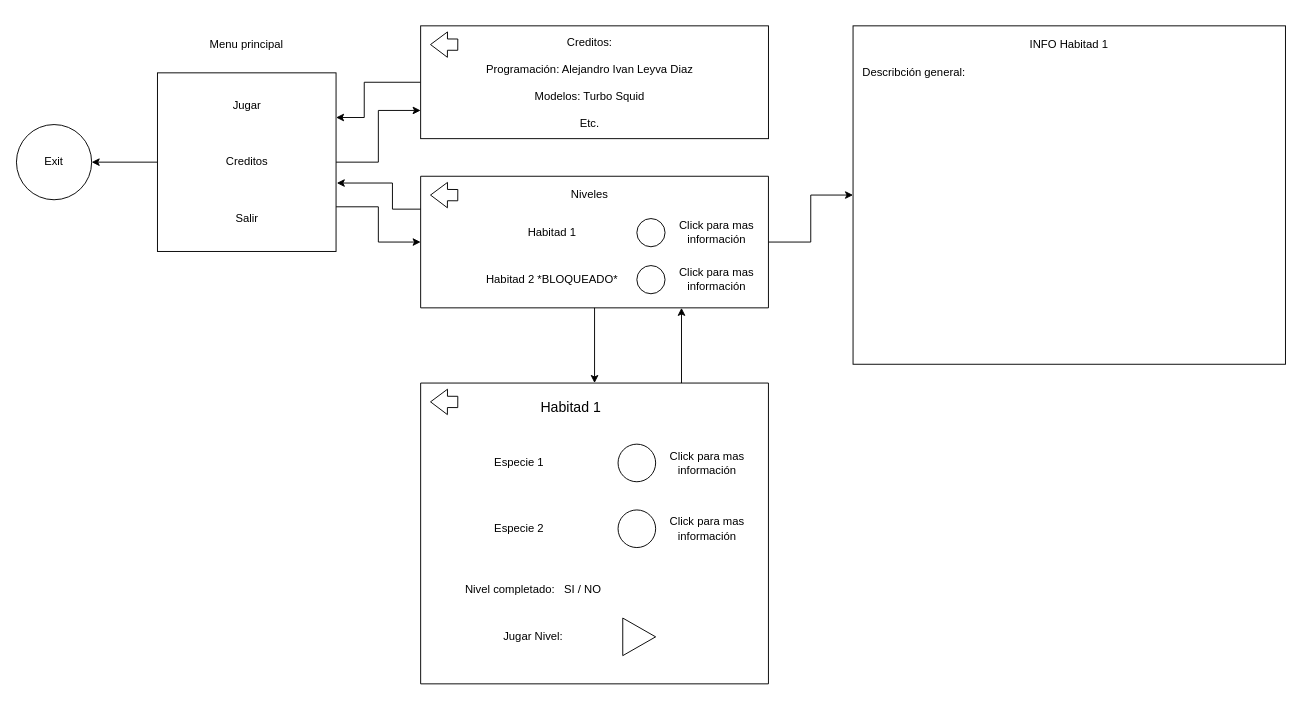
The draw.io diagram Untitled Diagram.drawio in Koishi32/ProyectoFinal_TSIII, before the edit. Source tidied: cells renumbered, new cells numbered last; positions are measured from the earlier drawing's top-left corner, leaving out a move shared by most shapes. Both pictures are drawn from the tidied source at 94%, with x=0, y=0 at pixel (16, 16).
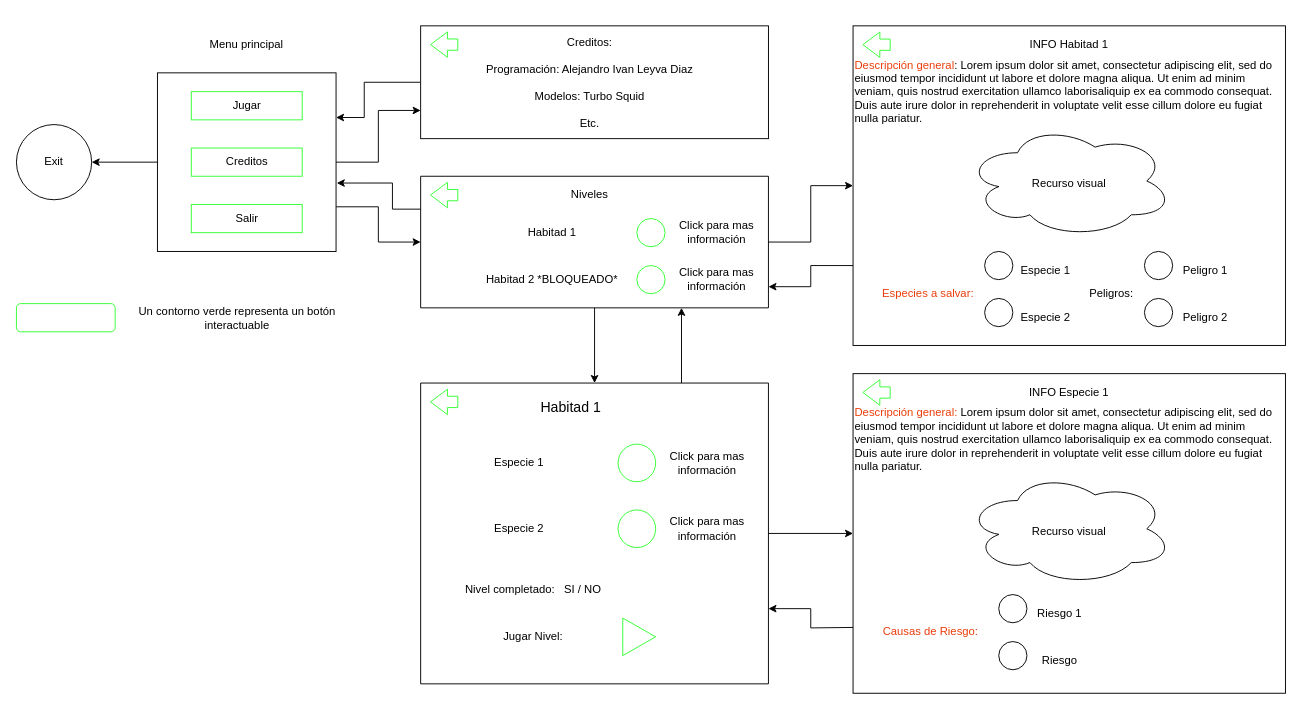
Above is the later version.

Commit message:
Update Info workflow drawn.drawio

Unchanged cells that the change refers to:
```xml
<mxCell id="17" style="swimlane;startSize=0;" parent="1" vertex="1">
  <mxGeometry x="430" y="170" width="370" height="140" as="geometry" />
</mxCell>
<mxCell id="25" value="Click para mas información" style="text;html=1;strokeColor=none;fillColor=none;align=center;verticalAlign=middle;whiteSpace=wrap;rounded=0;" parent="17" vertex="1">
  <mxGeometry x="260" y="95" width="110" height="30" as="geometry" />
</mxCell>
<mxCell id="30" style="swimlane;startSize=0;" parent="1" vertex="1">
  <mxGeometry x="430" y="390" width="370" height="320" as="geometry" />
</mxCell>
```

Change to the diagram source:
```diff
@@
-    <mxCell id="7" value="Jugar" style="text;html=1;strokeColor=none;fillColor=none;align=center;verticalAlign=middle;whiteSpace=wrap;rounded=0;" parent="1" vertex="1">
-      <mxGeometry x="197.5" y="75" width="95" height="40" as="geometry" />
-    </mxCell>
-    <mxCell id="8" value="Creditos" style="text;html=1;strokeColor=none;fillColor=none;align=center;verticalAlign=middle;whiteSpace=wrap;rounded=0;" parent="1" vertex="1">
-      <mxGeometry x="197.5" y="135" width="95" height="40" as="geometry" />
-    </mxCell>
-    <mxCell id="9" value="Salir" style="text;html=1;strokeColor=none;fillColor=none;align=center;verticalAlign=middle;whiteSpace=wrap;rounded=0;" parent="1" vertex="1">
-      <mxGeometry x="197.5" y="195" width="95" height="40" as="geometry" />
-    </mxCell>
@@
-    <mxCell id="14" style="shape=flexArrow;endArrow=classic;html=1;rounded=0;width=12;endSize=5.67;endWidth=14;" parent="1" edge="1">
+    <mxCell id="14" style="shape=flexArrow;endArrow=classic;html=1;rounded=0;width=12;endSize=5.67;endWidth=14;strokeColor=#33FF33;" parent="1" edge="1">
       <mxGeometry relative="1" as="geometry">
         <mxPoint x="470" y="30" as="sourcePoint" />
         <mxPoint x="440" y="29.9" as="targetPoint" />
       </mxGeometry>
     </mxCell>
@@
-    <mxCell id="19" style="shape=flexArrow;endArrow=classic;html=1;rounded=0;width=12;endSize=5.67;endWidth=14;" parent="17" edge="1">
+    <mxCell id="19" style="shape=flexArrow;endArrow=classic;html=1;rounded=0;width=12;endSize=5.67;endWidth=14;strokeColor=#33FF33;" parent="17" edge="1">
       <mxGeometry relative="1" as="geometry">
         <mxPoint x="40" y="20.1" as="sourcePoint" />
         <mxPoint x="10" y="20" as="targetPoint" />
       </mxGeometry>
     </mxCell>
-    <mxCell id="20" style="ellipse;whiteSpace=wrap;html=1;" parent="17" vertex="1">
+    <mxCell id="20" style="ellipse;whiteSpace=wrap;html=1;strokeColor=#33FF33;" parent="17" vertex="1">
       <mxGeometry x="230" y="45" width="30" height="30" as="geometry" />
     </mxCell>
-    <mxCell id="21" style="ellipse;whiteSpace=wrap;html=1;" parent="17" vertex="1">
+    <mxCell id="21" style="ellipse;whiteSpace=wrap;html=1;strokeColor=#33FF33;" parent="17" vertex="1">
       <mxGeometry x="230" y="95" width="30" height="30" as="geometry" />
     </mxCell>
@@
+    <mxCell id="45" style="edgeStyle=orthogonalEdgeStyle;rounded=0;jettySize=auto;html=1;entryX=0;entryY=0.5;entryDx=0;entryDy=0;" parent="1" edge="1" source="30" target="60">
+      <mxGeometry relative="1" as="geometry" />
+    </mxCell>
@@
-    <mxCell id="31" style="shape=flexArrow;endArrow=classic;html=1;rounded=0;width=12;endSize=5.67;endWidth=14;" parent="30" edge="1">
+    <mxCell id="31" style="shape=flexArrow;endArrow=classic;html=1;rounded=0;width=12;endSize=5.67;endWidth=14;strokeColor=#33FF33;" parent="30" edge="1">
       <mxGeometry relative="1" as="geometry">
         <mxPoint x="40" y="20.1" as="sourcePoint" />
         <mxPoint x="10" y="20" as="targetPoint" />
       </mxGeometry>
     </mxCell>
@@
-    <mxCell id="35" style="ellipse;whiteSpace=wrap;html=1;" parent="30" vertex="1">
+    <mxCell id="35" style="ellipse;whiteSpace=wrap;html=1;strokeColor=#33FF33;" parent="30" vertex="1">
       <mxGeometry x="210" y="65" width="40" height="40" as="geometry" />
     </mxCell>
-    <mxCell id="36" style="ellipse;whiteSpace=wrap;html=1;" parent="30" vertex="1">
+    <mxCell id="36" style="ellipse;whiteSpace=wrap;html=1;strokeColor=#33FF33;" parent="30" vertex="1">
       <mxGeometry x="210" y="135" width="40" height="40" as="geometry" />
     </mxCell>
@@
-    <mxCell id="40" style="triangle;whiteSpace=wrap;html=1;" parent="30" vertex="1">
+    <mxCell id="40" style="triangle;whiteSpace=wrap;html=1;strokeColor=#33FF33;" parent="30" vertex="1">
       <mxGeometry x="215" y="250" width="35" height="40" as="geometry" />
     </mxCell>
@@
+    <mxCell id="46" style="edgeStyle=orthogonalEdgeStyle;rounded=0;jettySize=auto;html=1;exitX=0;exitY=0.75;exitDx=0;exitDy=0;entryX=1;entryY=0.75;entryDx=0;entryDy=0;" parent="1" edge="1" source="42" target="25">
+      <mxGeometry relative="1" as="geometry" />
+    </mxCell>
     <mxCell id="42" style="rounded=0;whiteSpace=wrap;html=1;" parent="1" vertex="1">
-      <mxGeometry x="890" y="10" width="460" height="360" as="geometry" />
+      <mxGeometry x="890" y="10" width="460" height="340" as="geometry" />
     </mxCell>
@@
-    <mxCell id="44" value="Describción general:" style="text;html=1;strokeColor=none;fillColor=none;align=center;verticalAlign=middle;whiteSpace=wrap;rounded=0;" parent="1" vertex="1">
-      <mxGeometry x="890" y="40" width="130" height="40" as="geometry" />
+    <mxCell id="44" value="&lt;div align=&quot;left&quot;&gt;&lt;font color=&quot;#eb3e0c&quot;&gt;Descripción general&lt;/font&gt;: Lorem ipsum dolor sit amet, consectetur adipiscing elit, sed do eiusmod tempor incididunt ut labore et dolore magna aliqua. Ut enim ad minim veniam, quis nostrud exercitation ullamco laborisaliquip ex ea commodo consequat. Duis aute irure dolor in reprehenderit in voluptate velit esse cillum dolore eu fugiat nulla pariatur. &lt;/div&gt;" style="text;html=1;strokeColor=none;fillColor=none;align=left;verticalAlign=middle;whiteSpace=wrap;rounded=0;" parent="1" vertex="1">
+      <mxGeometry x="890" y="45" width="460" height="70" as="geometry" />
     </mxCell>
+    <mxCell id="47" style="ellipse;shape=cloud;whiteSpace=wrap;html=1;" parent="1" vertex="1">
+      <mxGeometry x="1010" y="115" width="220" height="120" as="geometry" />
+    </mxCell>
+    <mxCell id="48" value="Recurso visual" style="text;html=1;strokeColor=none;fillColor=none;align=center;verticalAlign=middle;whiteSpace=wrap;rounded=0;" parent="1" vertex="1">
+      <mxGeometry x="1075" y="160" width="90" height="35" as="geometry" />
+    </mxCell>
+    <mxCell id="49" value="&lt;font color=&quot;#eb3e0c&quot;&gt;Especies a salvar:&lt;/font&gt;" style="text;html=1;strokeColor=none;fillColor=none;align=center;verticalAlign=middle;whiteSpace=wrap;rounded=0;" parent="1" vertex="1">
+      <mxGeometry x="890" y="280" width="160" height="30" as="geometry" />
+    </mxCell>
+    <mxCell id="50" style="ellipse;whiteSpace=wrap;html=1;" parent="1" vertex="1">
+      <mxGeometry x="1030" y="250" width="30" height="30" as="geometry" />
+    </mxCell>
+    <mxCell id="51" style="ellipse;whiteSpace=wrap;html=1;" parent="1" vertex="1">
+      <mxGeometry x="1030" y="300" width="30" height="30" as="geometry" />
+    </mxCell>
+    <mxCell id="52" style="ellipse;whiteSpace=wrap;html=1;" parent="1" vertex="1">
+      <mxGeometry x="1200" y="300" width="30" height="30" as="geometry" />
+    </mxCell>
+    <mxCell id="53" style="ellipse;whiteSpace=wrap;html=1;" parent="1" vertex="1">
+      <mxGeometry x="1200" y="250" width="30" height="30" as="geometry" />
+    </mxCell>
+    <mxCell id="54" value="Peligros:" style="text;html=1;strokeColor=none;fillColor=none;align=center;verticalAlign=middle;whiteSpace=wrap;rounded=0;" parent="1" vertex="1">
+      <mxGeometry x="1130" y="280" width="70" height="30" as="geometry" />
+    </mxCell>
+    <mxCell id="55" value="Especie 1" style="text;html=1;strokeColor=none;fillColor=none;align=center;verticalAlign=middle;whiteSpace=wrap;rounded=0;" parent="1" vertex="1">
+      <mxGeometry x="1060" y="260" width="70" height="20" as="geometry" />
+    </mxCell>
+    <mxCell id="56" value="Especie 2" style="text;html=1;strokeColor=none;fillColor=none;align=center;verticalAlign=middle;whiteSpace=wrap;rounded=0;" parent="1" vertex="1">
+      <mxGeometry x="1060" y="310" width="70" height="20" as="geometry" />
+    </mxCell>
+    <mxCell id="57" value="Peligro 1" style="text;html=1;strokeColor=none;fillColor=none;align=center;verticalAlign=middle;whiteSpace=wrap;rounded=0;" parent="1" vertex="1">
+      <mxGeometry x="1230" y="260" width="70" height="20" as="geometry" />
+    </mxCell>
+    <mxCell id="58" value="Peligro 2" style="text;html=1;strokeColor=none;fillColor=none;align=center;verticalAlign=middle;whiteSpace=wrap;rounded=0;" parent="1" vertex="1">
+      <mxGeometry x="1230" y="310" width="70" height="20" as="geometry" />
+    </mxCell>
+    <mxCell id="59" style="shape=flexArrow;endArrow=classic;html=1;rounded=0;width=12;endSize=5.67;endWidth=14;strokeColor=#33FF33;" parent="1" edge="1">
+      <mxGeometry relative="1" as="geometry">
+        <mxPoint x="930" y="30.1" as="sourcePoint" />
+        <mxPoint x="900" y="30" as="targetPoint" />
+      </mxGeometry>
+    </mxCell>
+    <mxCell id="60" style="rounded=0;whiteSpace=wrap;html=1;" parent="1" vertex="1">
+      <mxGeometry x="890" y="380" width="460" height="340" as="geometry" />
+    </mxCell>
+    <mxCell id="61" value="INFO Especie 1" style="text;html=1;strokeColor=none;fillColor=none;align=center;verticalAlign=middle;whiteSpace=wrap;rounded=0;" parent="1" vertex="1">
+      <mxGeometry x="1060" y="385" width="120" height="30" as="geometry" />
+    </mxCell>
+    <mxCell id="62" value="&lt;div align=&quot;left&quot;&gt;&lt;font color=&quot;#eb3e0c&quot;&gt;Descripción general:&lt;/font&gt; Lorem ipsum dolor sit amet, consectetur adipiscing elit, sed do eiusmod tempor incididunt ut labore et dolore magna aliqua. Ut enim ad minim veniam, quis nostrud exercitation ullamco laborisaliquip ex ea commodo consequat. Duis aute irure dolor in reprehenderit in voluptate velit esse cillum dolore eu fugiat nulla pariatur. &lt;/div&gt;" style="text;html=1;strokeColor=none;fillColor=none;align=left;verticalAlign=middle;whiteSpace=wrap;rounded=0;" parent="1" vertex="1">
+      <mxGeometry x="890" y="415" width="460" height="70" as="geometry" />
+    </mxCell>
+    <mxCell id="63" style="ellipse;shape=cloud;whiteSpace=wrap;html=1;" parent="1" vertex="1">
+      <mxGeometry x="1010" y="485" width="220" height="120" as="geometry" />
+    </mxCell>
+    <mxCell id="64" value="Recurso visual" style="text;html=1;strokeColor=none;fillColor=none;align=center;verticalAlign=middle;whiteSpace=wrap;rounded=0;" parent="1" vertex="1">
+      <mxGeometry x="1075" y="530" width="90" height="35" as="geometry" />
+    </mxCell>
+    <mxCell id="65" style="edgeStyle=orthogonalEdgeStyle;rounded=0;jettySize=auto;html=1;exitX=0;exitY=0;exitDx=0;exitDy=0;entryX=1;entryY=0.75;entryDx=0;entryDy=0;" parent="1" edge="1" target="30">
+      <mxGeometry relative="1" as="geometry">
+        <mxPoint x="890" y="650" as="sourcePoint" />
+      </mxGeometry>
+    </mxCell>
+    <mxCell id="66" style="shape=flexArrow;endArrow=classic;html=1;rounded=0;width=12;endSize=5.67;endWidth=14;strokeColor=#33FF33;" parent="1" edge="1">
+      <mxGeometry relative="1" as="geometry">
+        <mxPoint x="930" y="400.1" as="sourcePoint" />
+        <mxPoint x="900" y="400" as="targetPoint" />
+      </mxGeometry>
+    </mxCell>
+    <mxCell id="67" value="&lt;div align=&quot;left&quot;&gt;&lt;font color=&quot;#eb3e0c&quot;&gt;Causas de Riesgo:&lt;/font&gt;&lt;br&gt;&lt;/div&gt;" style="text;html=1;strokeColor=none;fillColor=none;align=left;verticalAlign=middle;whiteSpace=wrap;rounded=0;" parent="1" vertex="1">
+      <mxGeometry x="920" y="620" width="110" height="70" as="geometry" />
+    </mxCell>
+    <mxCell id="68" style="ellipse;whiteSpace=wrap;html=1;" parent="1" vertex="1">
+      <mxGeometry x="1045" y="615" width="30" height="30" as="geometry" />
+    </mxCell>
+    <mxCell id="69" style="ellipse;whiteSpace=wrap;html=1;" parent="1" vertex="1">
+      <mxGeometry x="1045" y="665" width="30" height="30" as="geometry" />
+    </mxCell>
+    <mxCell id="70" value="Riesgo " style="text;html=1;strokeColor=none;fillColor=none;align=center;verticalAlign=middle;whiteSpace=wrap;rounded=0;" parent="1" vertex="1">
+      <mxGeometry x="1075" y="675" width="70" height="20" as="geometry" />
+    </mxCell>
+    <mxCell id="71" value="Riesgo 1" style="text;html=1;strokeColor=none;fillColor=none;align=center;verticalAlign=middle;whiteSpace=wrap;rounded=0;" parent="1" vertex="1">
+      <mxGeometry x="1075" y="625" width="70" height="20" as="geometry" />
+    </mxCell>
+    <mxCell id="72" style="rounded=0;whiteSpace=wrap;html=1;strokeColor=#33FF33;" parent="1" vertex="1">
+      <mxGeometry x="186" y="80" width="118" height="30" as="geometry" />
+    </mxCell>
+    <mxCell id="7" value="Jugar" style="text;html=1;strokeColor=none;fillColor=none;align=center;verticalAlign=middle;whiteSpace=wrap;rounded=0;" parent="1" vertex="1">
+      <mxGeometry x="197.5" y="75" width="95" height="40" as="geometry" />
+    </mxCell>
+    <mxCell id="73" style="rounded=0;whiteSpace=wrap;html=1;strokeColor=#33FF33;" parent="1" vertex="1">
+      <mxGeometry x="186" y="140" width="118" height="30" as="geometry" />
+    </mxCell>
+    <mxCell id="8" value="Creditos" style="text;html=1;strokeColor=none;fillColor=none;align=center;verticalAlign=middle;whiteSpace=wrap;rounded=0;" parent="1" vertex="1">
+      <mxGeometry x="197.5" y="135" width="95" height="40" as="geometry" />
+    </mxCell>
+    <mxCell id="74" style="rounded=0;whiteSpace=wrap;html=1;strokeColor=#33FF33;" parent="1" vertex="1">
+      <mxGeometry x="186" y="200" width="118" height="30" as="geometry" />
+    </mxCell>
+    <mxCell id="9" value="Salir" style="text;html=1;strokeColor=none;fillColor=none;align=center;verticalAlign=middle;whiteSpace=wrap;rounded=0;" parent="1" vertex="1">
+      <mxGeometry x="197.5" y="195" width="95" height="40" as="geometry" />
+    </mxCell>
+    <mxCell id="75" style="rounded=1;whiteSpace=wrap;html=1;strokeColor=#33FF33;" parent="1" vertex="1">
+      <mxGeometry y="305.5" width="105" height="30" as="geometry" />
+    </mxCell>
+    <mxCell id="76" value="Un contorno verde representa un botón interactuable" style="text;html=1;strokeColor=none;fillColor=none;align=center;verticalAlign=middle;whiteSpace=wrap;rounded=0;" parent="1" vertex="1">
+      <mxGeometry x="114.2" y="291" width="241.5" height="59" as="geometry" />
+    </mxCell>
```
